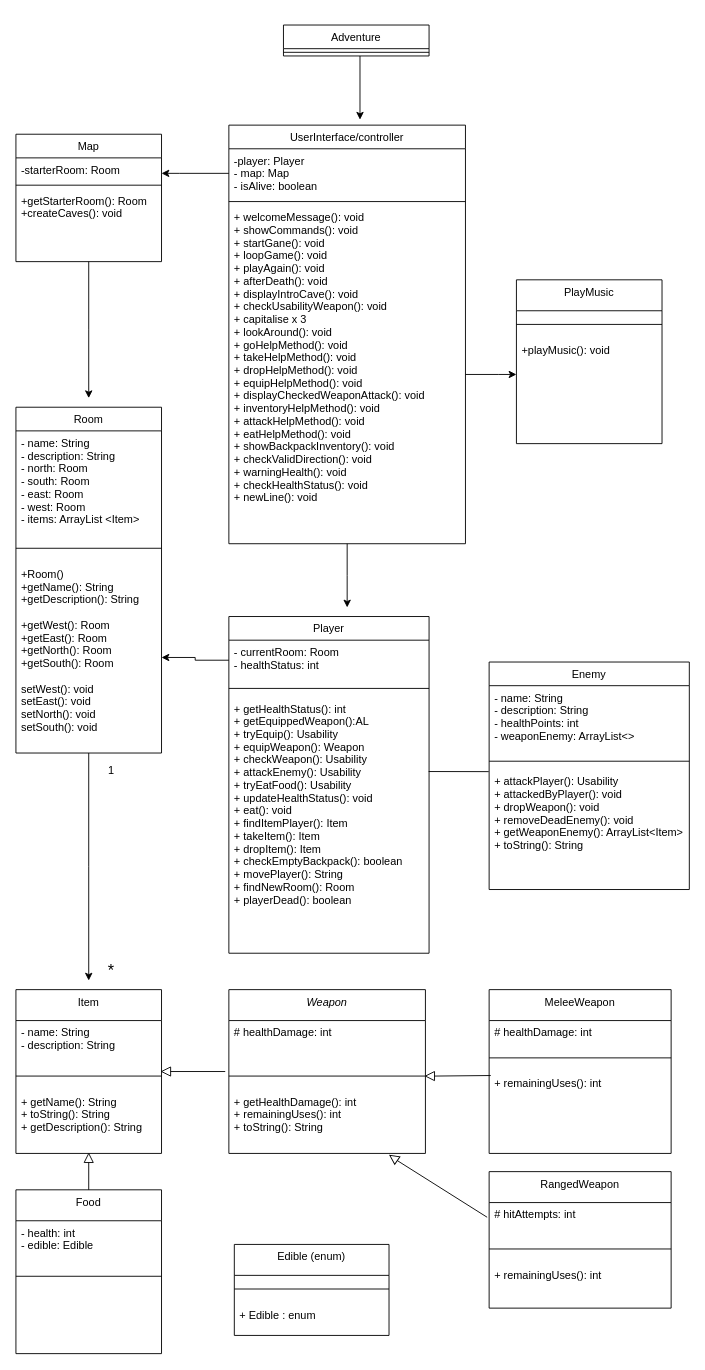
The draw.io diagram Untitled Diagram.drawio in tomm8231/adventureGame, before the edit. Source tidied: cells renumbered, new cells numbered last; positions are measured from the earlier drawing's top-left corner, leaving out a move shared by most shapes. Both pictures are drawn from the tidied source at 91%, with x=0, y=0 at pixel (15, 25).
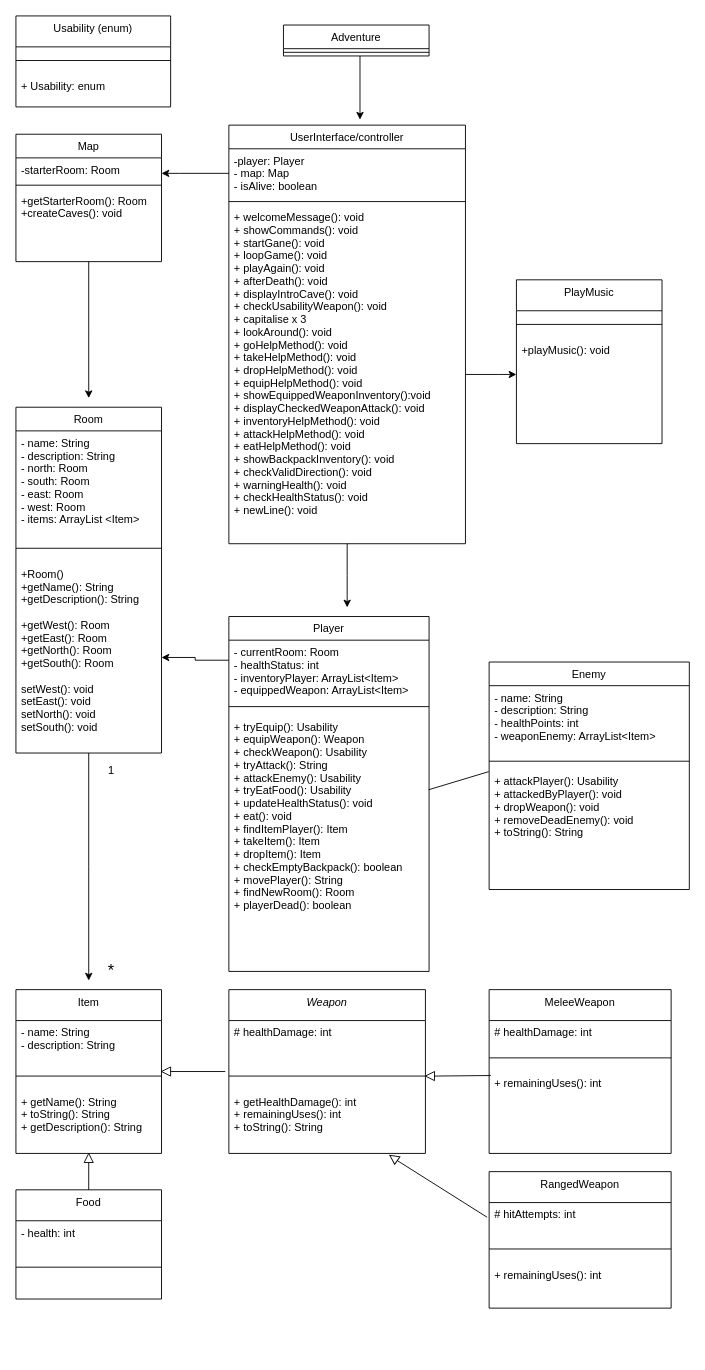
The same page after the edit.

The change refers to these unchanged cells:
```xml
<mxCell id="3" value="UserInterface/controller" style="swimlane;fontStyle=0;align=center;verticalAlign=top;horizontal=1;startSize=26;rounded=0;shadow=0;strokeWidth=1;" parent="1" vertex="1">
  <mxGeometry x="234" y="110" width="260" height="460" as="geometry" />
</mxCell>
<mxCell id="57" value="Enemy" style="swimlane;fontStyle=0;align=center;verticalAlign=top;horizontal=1;startSize=26;rounded=0;shadow=0;strokeWidth=1;" parent="1" vertex="1">
  <mxGeometry x="520" y="700" width="220" height="250" as="geometry" />
</mxCell>
```

What changed in the source:
```diff
@@
-    <mxCell id="6" value="+ welcomeMessage(): void&#10;+ showCommands(): void&#10;+ startGane(): void&#10;+ loopGame(): void&#10;+ playAgain(): void&#10;+ afterDeath(): void&#10;+ displayIntroCave(): void&#10;+ checkUsabilityWeapon(): void&#10;+ capitalise x 3&#10;+ lookAround(): void&#10;+ goHelpMethod(): void&#10;+ takeHelpMethod(): void&#10;+ dropHelpMethod(): void&#10;+ equipHelpMethod(): void&#10;+ displayCheckedWeaponAttack(): void&#10;+ inventoryHelpMethod(): void&#10;+ attackHelpMethod(): void&#10;+ eatHelpMethod(): void&#10;+ showBackpackInventory(): void&#10;+ checkValidDirection(): void&#10;+ warningHealth(): void&#10;+ checkHealthStatus(): void&#10;+ newLine(): void" style="text;align=left;verticalAlign=top;spacingLeft=4;spacingRight=4;overflow=hidden;points=[[0,0.5],[1,0.5]];portConstraint=eastwest;" parent="3" vertex="1">
+    <mxCell id="6" value="+ welcomeMessage(): void&#10;+ showCommands(): void&#10;+ startGane(): void&#10;+ loopGame(): void&#10;+ playAgain(): void&#10;+ afterDeath(): void&#10;+ displayIntroCave(): void&#10;+ checkUsabilityWeapon(): void&#10;+ capitalise x 3&#10;+ lookAround(): void&#10;+ goHelpMethod(): void&#10;+ takeHelpMethod(): void&#10;+ dropHelpMethod(): void&#10;+ equipHelpMethod(): void&#10;+ showEquippedWeaponInventory():void&#10;+ displayCheckedWeaponAttack(): void&#10;+ inventoryHelpMethod(): void&#10;+ attackHelpMethod(): void&#10;+ eatHelpMethod(): void&#10;+ showBackpackInventory(): void&#10;+ checkValidDirection(): void&#10;+ warningHealth(): void&#10;+ checkHealthStatus(): void&#10;+ newLine(): void" style="text;align=left;verticalAlign=top;spacingLeft=4;spacingRight=4;overflow=hidden;points=[[0,0.5],[1,0.5]];portConstraint=eastwest;" parent="3" vertex="1">
       <mxGeometry y="88" width="260" height="372" as="geometry" />
     </mxCell>
@@
     <mxCell id="10" value="Player" style="swimlane;fontStyle=0;align=center;verticalAlign=top;horizontal=1;startSize=26;rounded=0;shadow=0;strokeWidth=1;" parent="1" vertex="1">
-      <mxGeometry x="234" y="650" width="220" height="370" as="geometry" />
+      <mxGeometry x="234" y="650" width="220" height="390" as="geometry" />
     </mxCell>
-    <mxCell id="11" value="- currentRoom: Room&#10;- healthStatus: int" style="text;align=left;verticalAlign=top;spacingLeft=4;spacingRight=4;overflow=hidden;points=[[0,0.5],[1,0.5]];portConstraint=eastwest;" parent="10" vertex="1">
-      <mxGeometry y="26" width="220" height="44" as="geometry" />
+    <mxCell id="11" value="- currentRoom: Room&#10;- healthStatus: int&#10;- inventoryPlayer: ArrayList&lt;Item&gt;&#10;- equippedWeapon: ArrayList&lt;Item&gt;&#10;" style="text;align=left;verticalAlign=top;spacingLeft=4;spacingRight=4;overflow=hidden;points=[[0,0.5],[1,0.5]];portConstraint=eastwest;" parent="10" vertex="1">
+      <mxGeometry y="26" width="220" height="64" as="geometry" />
     </mxCell>
     <mxCell id="12" style="line;html=1;strokeWidth=1;align=left;verticalAlign=middle;spacingTop=-1;spacingLeft=3;spacingRight=3;labelPosition=right;" parent="10" vertex="1">
-      <mxGeometry y="70" width="220" height="18" as="geometry" />
+      <mxGeometry y="90" width="220" height="18" as="geometry" />
     </mxCell>
-    <mxCell id="13" value="+ getHealthStatus(): int&#10;+ getEquippedWeapon():AL&#10;+ tryEquip(): Usability&#10;+ equipWeapon(): Weapon&#10;+ checkWeapon(): Usability&#10;+ attackEnemy(): Usability&#10;+ tryEatFood(): Usability&#10;+ updateHealthStatus(): void&#10;+ eat(): void&#10;+ findItemPlayer(): Item&#10;+ takeItem(): Item&#10;+ dropItem(): Item &#10;+ checkEmptyBackpack(): boolean&#10;+ movePlayer(): String&#10;+ findNewRoom(): Room&#10;+ playerDead(): boolean" style="text;align=left;verticalAlign=top;spacingLeft=4;spacingRight=4;overflow=hidden;points=[[0,0.5],[1,0.5]];portConstraint=eastwest;" parent="10" vertex="1">
-      <mxGeometry y="88" width="220" height="282" as="geometry" />
+    <mxCell id="13" value="+ tryEquip(): Usability&#10;+ equipWeapon(): Weapon&#10;+ checkWeapon(): Usability&#10;+ tryAttack(): String&#10;+ attackEnemy(): Usability&#10;+ tryEatFood(): Usability&#10;+ updateHealthStatus(): void&#10;+ eat(): void&#10;+ findItemPlayer(): Item&#10;+ takeItem(): Item&#10;+ dropItem(): Item &#10;+ checkEmptyBackpack(): boolean&#10;+ movePlayer(): String&#10;+ findNewRoom(): Room&#10;+ playerDead(): boolean" style="text;align=left;verticalAlign=top;spacingLeft=4;spacingRight=4;overflow=hidden;points=[[0,0.5],[1,0.5]];portConstraint=eastwest;" parent="10" vertex="1">
+      <mxGeometry y="108" width="220" height="282" as="geometry" />
     </mxCell>
@@
-    <mxCell id="31" value="Edible (enum)" style="swimlane;fontStyle=0;align=center;verticalAlign=top;horizontal=1;startSize=34;rounded=0;shadow=0;strokeWidth=1;" parent="1" vertex="1">
-      <mxGeometry x="240" y="1340" width="170" height="100" as="geometry" />
+    <mxCell id="31" value="Usability (enum)" style="swimlane;fontStyle=0;align=center;verticalAlign=top;horizontal=1;startSize=34;rounded=0;shadow=0;strokeWidth=1;" parent="1" vertex="1">
+      <mxGeometry y="-10" width="170" height="100" as="geometry" />
     </mxCell>
@@
-    <mxCell id="33" value="+ Edible : enum " style="text;align=left;verticalAlign=top;spacingLeft=4;spacingRight=4;overflow=hidden;" parent="31" vertex="1">
+    <mxCell id="33" value="+ Usability: enum " style="text;align=left;verticalAlign=top;spacingLeft=4;spacingRight=4;overflow=hidden;" parent="31" vertex="1">
       <mxGeometry y="64" width="170" height="36" as="geometry" />
     </mxCell>
     <mxCell id="34" value="Food" style="swimlane;fontStyle=0;align=center;verticalAlign=top;horizontal=1;startSize=34;rounded=0;shadow=0;strokeWidth=1;" parent="1" vertex="1">
-      <mxGeometry y="1280" width="160" height="180" as="geometry" />
+      <mxGeometry y="1280" width="160" height="120" as="geometry" />
     </mxCell>
-    <mxCell id="35" value="- health: int&#10;- edible: Edible" style="text;align=left;verticalAlign=top;spacingLeft=4;spacingRight=4;overflow=hidden;" parent="34" vertex="1">
-      <mxGeometry y="34" width="160" height="46" as="geometry" />
+    <mxCell id="35" value="- health: int&#10;" style="text;align=left;verticalAlign=top;spacingLeft=4;spacingRight=4;overflow=hidden;" parent="34" vertex="1">
+      <mxGeometry y="34" width="160" height="36" as="geometry" />
     </mxCell>
     <mxCell id="36" style="line;html=1;strokeWidth=1;align=left;verticalAlign=middle;spacingTop=-1;spacingLeft=3;spacingRight=3;labelPosition=right;" parent="34" vertex="1">
-      <mxGeometry y="80" width="160" height="30" as="geometry" />
+      <mxGeometry y="70" width="160" height="30" as="geometry" />
     </mxCell>
@@
-    <mxCell id="58" value="- name: String&#10;- description: String&#10;- healthPoints: int&#10;- weaponEnemy: ArrayList&lt;&gt;&#10;" style="text;align=left;verticalAlign=top;spacingLeft=4;spacingRight=4;overflow=hidden;" parent="57" vertex="1">
+    <mxCell id="58" value="- name: String&#10;- description: String&#10;- healthPoints: int&#10;- weaponEnemy: ArrayList&lt;Item&gt;&#10;" style="text;align=left;verticalAlign=top;spacingLeft=4;spacingRight=4;overflow=hidden;" parent="57" vertex="1">
       <mxGeometry y="26" width="220" height="74" as="geometry" />
     </mxCell>
@@
-    <mxCell id="60" value="+ attackPlayer(): Usability&#10;+ attackedByPlayer(): void&#10;+ dropWeapon(): void&#10;+ removeDeadEnemy(): void&#10;+ getWeaponEnemy(): ArrayList&lt;Item&gt;&#10;+ toString(): String&#10;" style="text;align=left;verticalAlign=top;spacingLeft=4;spacingRight=4;overflow=hidden;points=[[0,0.5],[1,0.5]];portConstraint=eastwest;fillColor=none;" parent="57" vertex="1">
+    <mxCell id="60" value="+ attackPlayer(): Usability&#10;+ attackedByPlayer(): void&#10;+ dropWeapon(): void&#10;+ removeDeadEnemy(): void&#10;+ toString(): String&#10;" style="text;align=left;verticalAlign=top;spacingLeft=4;spacingRight=4;overflow=hidden;points=[[0,0.5],[1,0.5]];portConstraint=eastwest;fillColor=none;" parent="57" vertex="1">
       <mxGeometry y="118" width="220" height="122" as="geometry" />
     </mxCell>
```
